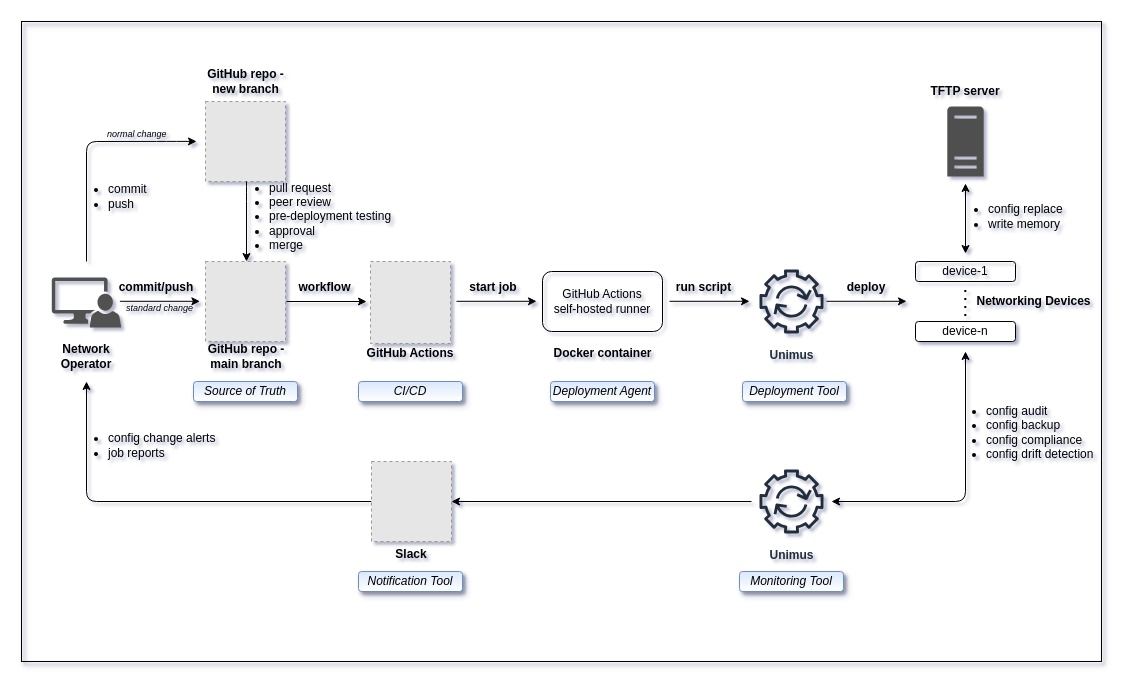
The draw.io diagram diagram-network-automation-github-actions.drawio in gdmoney/network-automation-github-actions, before the edit. Source tidied: cells renumbered, new cells numbered last; positions are measured from the earlier drawing's top-left corner, leaving out a move shared by most shapes. Both pictures are drawn from the tidied source at 100%, with x=0, y=0 at pixel (21, 21). Pictures stored in the file or linked from it are replaced by grey dashed boxes.
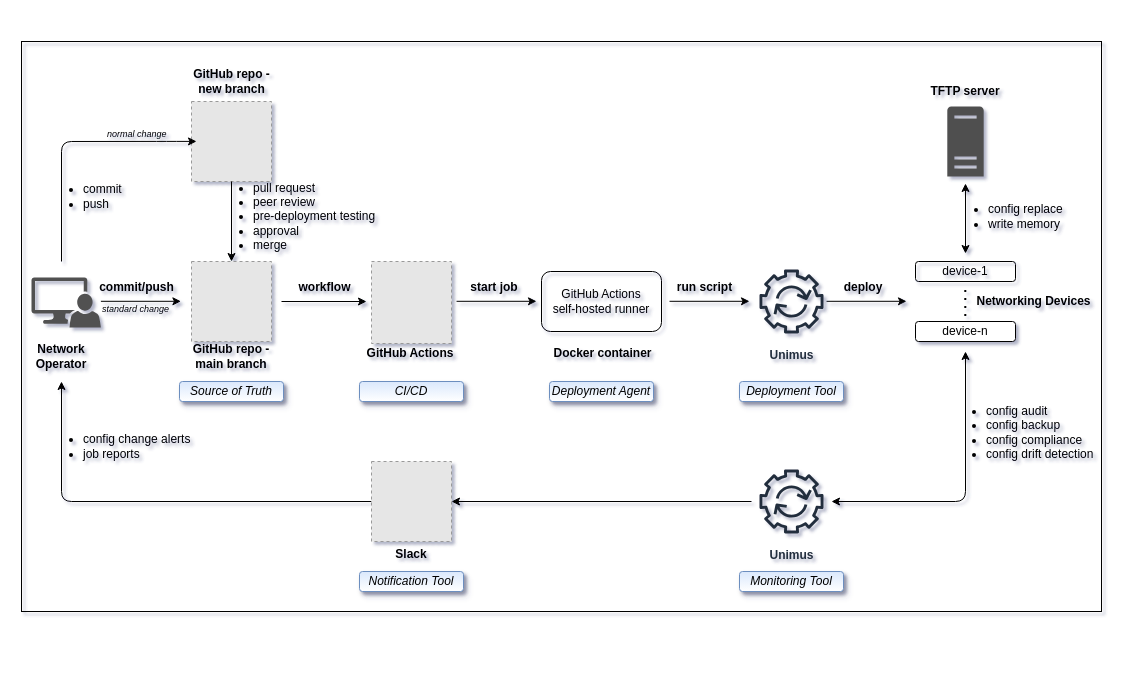
The same page after the edit.

The change refers to these unchanged cells:
```xml
<mxCell id="45" style="fillColor=#E6E6E6;strokeColor=#999999;dashed=1;html=1;verticalAlign=top;verticalLabelPosition=bottom;labelBackgroundColor=#ffffff;" parent="1" vertex="1">
  <mxGeometry x="350" y="440" width="80" height="80" as="geometry" />
</mxCell>
```

What changed in the source:
```diff
@@
-    <mxCell id="2" style="rounded=0;whiteSpace=wrap;html=1;glass=0;shadow=1;sketch=0;perimeterSpacing=1;fontColor=#333333;fillColor=none;labelBorderColor=none;labelBackgroundColor=none;" parent="1" vertex="1">
-      <mxGeometry width="1080" height="640" as="geometry" />
-    </mxCell>
     <mxCell id="3" value="&lt;b&gt;commit/push&lt;/b&gt;" style="text;html=1;strokeColor=none;fillColor=none;align=center;verticalAlign=middle;whiteSpace=wrap;rounded=0;" parent="1" vertex="1">
-      <mxGeometry x="95" y="256" width="80" height="20" as="geometry" />
+      <mxGeometry x="70" y="256" width="90.6" height="20" as="geometry" />
     </mxCell>
@@
     <mxCell id="9" value="&lt;b&gt;deploy&lt;/b&gt;" style="text;html=1;strokeColor=none;fillColor=none;align=center;verticalAlign=middle;whiteSpace=wrap;rounded=0;" parent="1" vertex="1">
-      <mxGeometry x="825" y="256" width="40" height="20" as="geometry" />
+      <mxGeometry x="822" y="256" width="40" height="20" as="geometry" />
     </mxCell>
     <mxCell id="10" value="&lt;b&gt;start job&lt;/b&gt;" style="text;html=1;strokeColor=none;fillColor=none;align=center;verticalAlign=middle;whiteSpace=wrap;rounded=0;" parent="1" vertex="1">
-      <mxGeometry x="441" y="256" width="62" height="20" as="geometry" />
+      <mxGeometry x="442" y="256" width="62" height="20" as="geometry" />
     </mxCell>
     <mxCell id="11" value="&lt;b&gt;run script&lt;/b&gt;" style="text;html=1;strokeColor=none;fillColor=none;align=center;verticalAlign=middle;whiteSpace=wrap;rounded=0;" parent="1" vertex="1">
-      <mxGeometry x="649" y="256" width="67" height="20" as="geometry" />
+      <mxGeometry x="650" y="256" width="67" height="20" as="geometry" />
     </mxCell>
     <mxCell id="12" value="GitHub Actions&lt;br&gt;self-hosted runner" style="rounded=1;whiteSpace=wrap;html=1;fillColor=none;" parent="1" vertex="1">
-      <mxGeometry x="521" y="250" width="120" height="60" as="geometry" />
+      <mxGeometry x="520" y="250" width="120" height="60" as="geometry" />
     </mxCell>
@@
     <mxCell id="15" style="edgeStyle=orthogonalEdgeStyle;rounded=0;orthogonalLoop=1;jettySize=auto;html=1;" parent="1" edge="1">
       <mxGeometry relative="1" as="geometry">
-        <mxPoint x="265" y="280" as="sourcePoint" />
+        <mxPoint x="260" y="280" as="sourcePoint" />
         <mxPoint x="345" y="280" as="targetPoint" />
       </mxGeometry>
     </mxCell>
     <mxCell id="16" style="fillColor=#E6E6E6;strokeColor=#999999;dashed=1;html=1;verticalAlign=top;verticalLabelPosition=bottom;labelBackgroundColor=#ffffff;" parent="1" vertex="1">
-      <mxGeometry x="184" y="240" width="80" height="80" as="geometry" />
+      <mxGeometry x="170" y="240" width="80" height="80" as="geometry" />
     </mxCell>
     <mxCell id="17" value="&lt;b&gt;GitHub repo - main branch&lt;/b&gt;" style="text;html=1;strokeColor=none;fillColor=none;align=center;verticalAlign=middle;whiteSpace=wrap;rounded=0;" parent="1" vertex="1">
-      <mxGeometry x="185" y="320" width="80" height="30" as="geometry" />
+      <mxGeometry x="170" y="320" width="80" height="30" as="geometry" />
     </mxCell>
     <mxCell id="18" value="&lt;b&gt;Network Operator&lt;/b&gt;" style="text;html=1;strokeColor=none;fillColor=none;align=center;verticalAlign=middle;whiteSpace=wrap;rounded=0;" parent="1" vertex="1">
-      <mxGeometry x="35" y="320" width="60" height="30" as="geometry" />
+      <mxGeometry x="10" y="320" width="60" height="30" as="geometry" />
     </mxCell>
     <mxCell id="19" style="fillColor=#E6E6E6;strokeColor=#999999;dashed=1;html=1;verticalAlign=top;verticalLabelPosition=bottom;labelBackgroundColor=#ffffff;" parent="1" vertex="1">
-      <mxGeometry x="184" y="80" width="80" height="80" as="geometry" />
+      <mxGeometry x="170" y="80" width="80" height="80" as="geometry" />
     </mxCell>
-    <mxCell id="20" style="endArrow=classic;html=1;" parent="1" edge="1">
-      <mxGeometry relative="1" as="geometry">
-        <mxPoint x="225" y="160" as="sourcePoint" />
-        <mxPoint x="225" y="240" as="targetPoint" />
-        <Array as="points">
-          <mxPoint x="225" y="170" />
-        </Array>
-      </mxGeometry>
-    </mxCell>
     <mxCell id="21" value="&lt;b&gt;GitHub repo - new branch&lt;/b&gt;" style="text;html=1;strokeColor=none;fillColor=none;align=center;verticalAlign=middle;whiteSpace=wrap;rounded=0;" parent="1" vertex="1">
-      <mxGeometry x="183.5" y="50" width="81" height="20" as="geometry" />
+      <mxGeometry x="170" y="50" width="81" height="20" as="geometry" />
     </mxCell>
     <mxCell id="22" value="&lt;ul&gt;&lt;li&gt;pull request&lt;/li&gt;&lt;li&gt;peer review&lt;/li&gt;&lt;li&gt;pre-deployment testing&lt;/li&gt;&lt;li&gt;approval&lt;/li&gt;&lt;li&gt;merge&lt;/li&gt;&lt;/ul&gt;" style="text;html=1;strokeColor=none;fillColor=none;align=left;verticalAlign=middle;whiteSpace=wrap;rounded=0;" parent="1" vertex="1">
-      <mxGeometry x="206" y="160" width="188" height="70" as="geometry" />
+      <mxGeometry x="190" y="160" width="188" height="70" as="geometry" />
     </mxCell>
     <mxCell id="23" value="&lt;span&gt;Source of Truth&lt;/span&gt;" style="text;html=1;strokeColor=#6c8ebf;fillColor=#dae8fc;align=center;verticalAlign=middle;whiteSpace=wrap;rounded=1;gradientColor=#ffffff;glass=0;shadow=1;sketch=0;fontStyle=2;labelBackgroundColor=none;labelBorderColor=none;" parent="1" vertex="1">
-      <mxGeometry x="172" y="360" width="104" height="20" as="geometry" />
+      <mxGeometry x="158" y="360" width="104" height="20" as="geometry" />
     </mxCell>
     <mxCell id="24" value="&lt;span&gt;CI/CD&lt;/span&gt;" style="text;html=1;strokeColor=#6c8ebf;fillColor=#dae8fc;align=center;verticalAlign=middle;whiteSpace=wrap;rounded=1;gradientColor=#ffffff;glass=0;shadow=1;sketch=0;fontStyle=2;labelBackgroundColor=none;labelBorderColor=none;" parent="1" vertex="1">
-      <mxGeometry x="337" y="360" width="104" height="20" as="geometry" />
+      <mxGeometry x="338" y="360" width="104" height="20" as="geometry" />
     </mxCell>
     <mxCell id="25" value="&lt;span&gt;Deployment Tool&lt;/span&gt;" style="text;html=1;strokeColor=#6c8ebf;fillColor=#dae8fc;align=center;verticalAlign=middle;whiteSpace=wrap;rounded=1;gradientColor=#ffffff;glass=0;shadow=1;sketch=0;fontStyle=2;labelBackgroundColor=none;labelBorderColor=none;" parent="1" vertex="1">
-      <mxGeometry x="721" y="360" width="104" height="20" as="geometry" />
+      <mxGeometry x="718" y="360" width="104" height="20" as="geometry" />
     </mxCell>
     <mxCell id="26" value="&lt;span&gt;Deployment Agent&lt;/span&gt;" style="text;html=1;strokeColor=#6c8ebf;fillColor=#dae8fc;align=center;verticalAlign=middle;whiteSpace=wrap;rounded=1;gradientColor=#ffffff;glass=0;shadow=1;sketch=0;fontStyle=2;labelBackgroundColor=none;labelBorderColor=none;" parent="1" vertex="1">
-      <mxGeometry x="529" y="360" width="104" height="20" as="geometry" />
+      <mxGeometry x="528" y="360" width="104" height="20" as="geometry" />
     </mxCell>
     <mxCell id="27" value="standard change" style="text;whiteSpace=wrap;fontStyle=2;fontSize=9;html=1;" parent="1" vertex="1">
-      <mxGeometry x="102.7" y="275" width="71.3" height="20" as="geometry" />
+      <mxGeometry x="79.2" y="276" width="79" height="20" as="geometry" />
     </mxCell>
@@
     <mxCell id="29" style="endArrow=classic;html=1;" parent="1" edge="1">
       <mxGeometry relative="1" as="geometry">
-        <mxPoint x="65" y="240" as="sourcePoint" />
+        <mxPoint x="40" y="240" as="sourcePoint" />
         <mxPoint x="175" y="119.9" as="targetPoint" />
         <Array as="points">
-          <mxPoint x="65" y="120" />
+          <mxPoint x="40" y="120" />
           <mxPoint x="145" y="119.9" />
         </Array>
       </mxGeometry>
     </mxCell>
     <mxCell id="30" style="endArrow=classic;html=1;exitX=0;exitY=0.5;exitDx=0;exitDy=0;" parent="1" edge="1" source="45">
       <mxGeometry relative="1" as="geometry">
-        <mxPoint x="65" y="360" as="targetPoint" />
+        <mxPoint x="40" y="360" as="targetPoint" />
         <Array as="points">
-          <mxPoint x="65" y="480" />
+          <mxPoint x="40" y="480" />
         </Array>
       </mxGeometry>
     </mxCell>
     <mxCell id="31" value="&lt;ul&gt;&lt;li&gt;commit&lt;/li&gt;&lt;li&gt;push&lt;/li&gt;&lt;/ul&gt;" style="text;html=1;strokeColor=none;fillColor=none;align=left;verticalAlign=middle;whiteSpace=wrap;rounded=0;" parent="1" vertex="1">
-      <mxGeometry x="45" y="160" width="110" height="30" as="geometry" />
+      <mxGeometry x="20" y="160" width="110" height="30" as="geometry" />
     </mxCell>
     <mxCell id="32" value="&lt;ul&gt;&lt;li&gt;config change alerts&lt;/li&gt;&lt;li&gt;job reports&lt;/li&gt;&lt;/ul&gt;" style="text;html=1;strokeColor=none;fillColor=none;align=left;verticalAlign=middle;whiteSpace=wrap;rounded=0;" parent="1" vertex="1">
-      <mxGeometry x="45" y="409" width="159" height="30" as="geometry" />
+      <mxGeometry x="20" y="410" width="155" height="30" as="geometry" />
     </mxCell>
@@
     <mxCell id="35" style="fillColor=#E6E6E6;strokeColor=#999999;dashed=1;verticalLabelPosition=bottom;labelBackgroundColor=#ffffff;verticalAlign=top;" parent="1" vertex="1">
-      <mxGeometry x="349" y="240" width="80" height="82" as="geometry" />
+      <mxGeometry x="350" y="240" width="80" height="82" as="geometry" />
     </mxCell>
@@
     <mxCell id="40" style="edgeStyle=orthogonalEdgeStyle;rounded=0;orthogonalLoop=1;jettySize=auto;html=1;" parent="1" edge="1">
       <mxGeometry relative="1" as="geometry">
-        <mxPoint x="98.4" y="279.8" as="sourcePoint" />
-        <mxPoint x="178.4" y="279.8" as="targetPoint" />
+        <mxPoint x="79.4" y="279.8" as="sourcePoint" />
+        <mxPoint x="159.4" y="279.8" as="targetPoint" />
       </mxGeometry>
     </mxCell>
@@
     <mxCell id="44" style="shadow=0;dashed=0;html=1;strokeColor=none;labelPosition=center;verticalLabelPosition=bottom;verticalAlign=top;align=center;fillColor=#515151;shape=mxgraph.mscae.system_center.admin_console;" parent="1" vertex="1">
-      <mxGeometry x="30.3" y="256" width="69.4" height="50" as="geometry" />
+      <mxGeometry x="10" y="256" width="69.4" height="50" as="geometry" />
     </mxCell>
@@
     <mxCell id="47" value="&lt;span&gt;Notification Tool&lt;/span&gt;" style="text;html=1;strokeColor=#6c8ebf;fillColor=#dae8fc;align=center;verticalAlign=middle;whiteSpace=wrap;rounded=1;gradientColor=#ffffff;glass=0;shadow=1;sketch=0;fontStyle=2;labelBackgroundColor=none;labelBorderColor=none;" parent="1" vertex="1">
-      <mxGeometry x="337" y="550" width="104" height="20" as="geometry" />
+      <mxGeometry x="338" y="550" width="104" height="20" as="geometry" />
     </mxCell>
@@
+    <mxCell id="52" style="edgeStyle=orthogonalEdgeStyle;rounded=0;jettySize=auto;html=1;exitX=0.5;exitY=1;exitDx=0;exitDy=0;entryX=0.5;entryY=0;entryDx=0;entryDy=0;" parent="1" edge="1" source="19" target="16">
+      <mxGeometry relative="1" as="geometry" />
+    </mxCell>
+    <mxCell id="53" style="whiteSpace=wrap;html=1;fillColor=none;" parent="1" vertex="1">
+      <mxGeometry y="20" width="1080" height="570" as="geometry" />
+    </mxCell>
```
